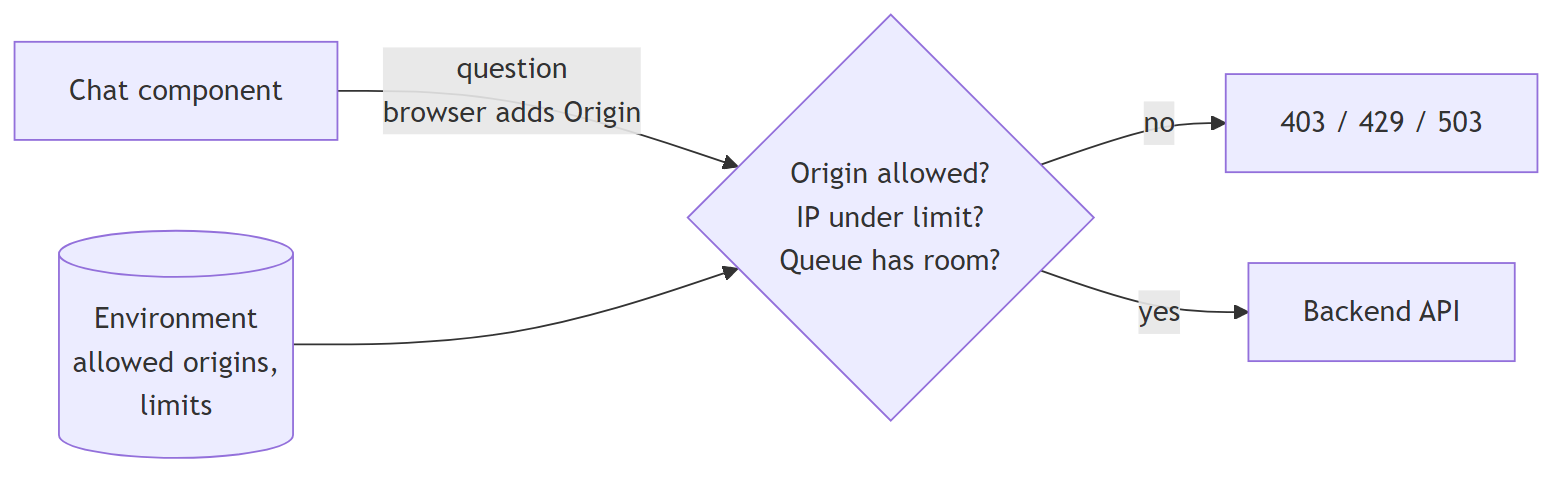
Earlier version of the Mermaid export docs/learn/images/sd-02-the-backend-checks-who-is-calling.png (markbarbuto/vitae-ai). Its source is kept beside it as docs/learn/diagrams/sd-02-the-backend-checks-who-is-calling.mmd. The source it was exported from:
```mermaid
flowchart LR
  Chat["Chat component"] -->|"question<br/>browser adds Origin"| Edge{"Origin allowed?<br/>IP under limit?<br/>Queue has room?"}
  Edge -->|"no"| Reject["403 / 429 / 503"]
  Edge -->|"yes"| API["Backend API"]
  Env[("Environment<br/>allowed origins,<br/>limits")] --> Edge
```
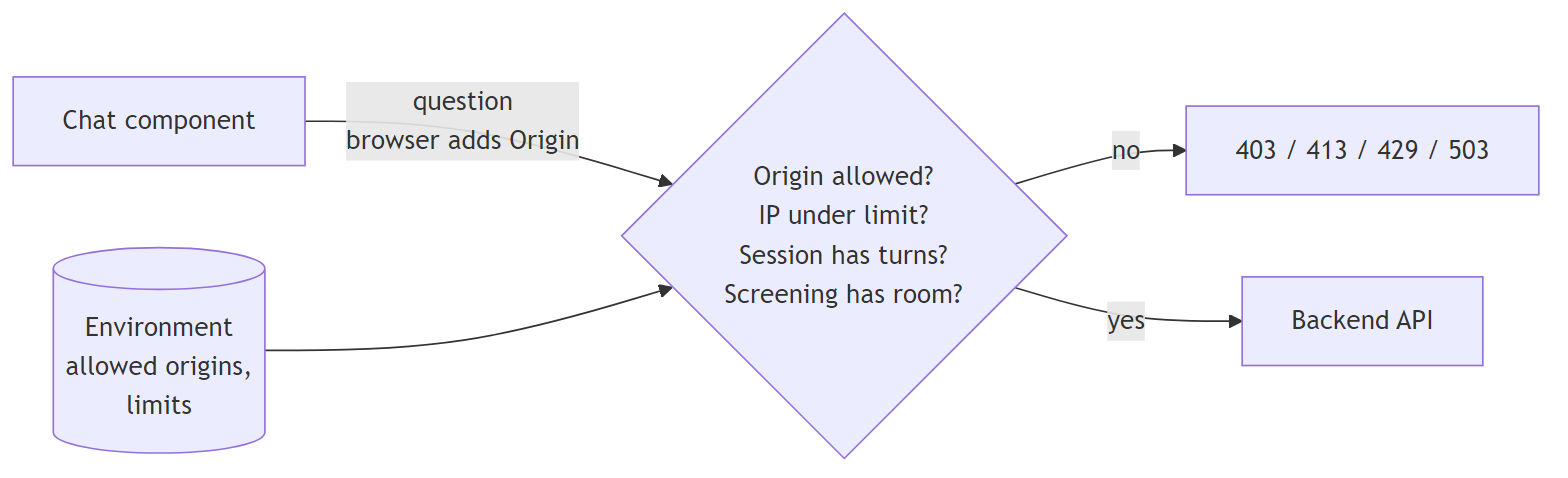
After the commit.

What changed in the source:
```diff
@@ -1,5 +1,5 @@
 flowchart LR
-  Chat["Chat component"] -->|"question<br/>browser adds Origin"| Edge{"Origin allowed?<br/>IP under limit?<br/>Queue has room?"}
-  Edge -->|"no"| Reject["403 / 429 / 503"]
+  Chat["Chat component"] -->|"question<br/>browser adds Origin"| Edge{"Origin allowed?<br/>IP under limit?<br/>Session has turns?<br/>Screening has room?"}
+  Edge -->|"no"| Reject["403 / 413 / 429 / 503"]
   Edge -->|"yes"| API["Backend API"]
   Env[("Environment<br/>allowed origins,<br/>limits")] --> Edge
```
